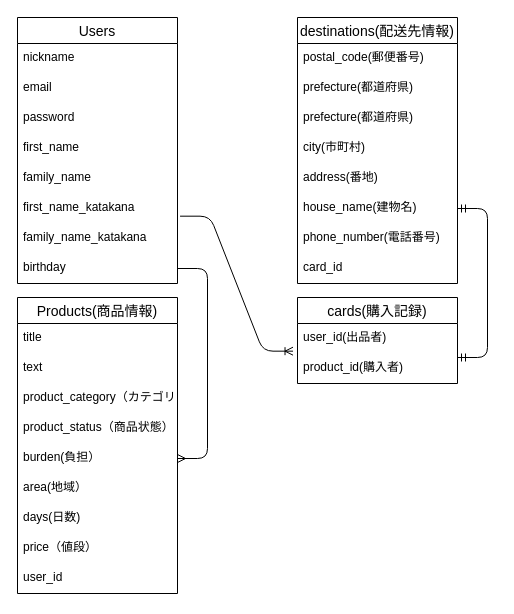
Yukitaka-PG/furima-34482 keeps this draw.io diagram as furima.dio. Above is the earlier version. Source tidied: cells renumbered, new cells numbered last; positions are measured from the earlier drawing's top-left corner, leaving out a move shared by most shapes. Both pictures are drawn from the tidied source at 100%, with x=0, y=0 at pixel (17, 17).
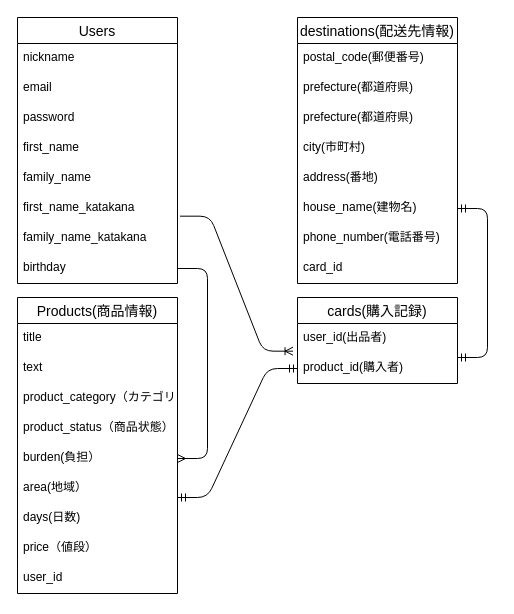
Above is the later version.

Commit message (it also covers changes not shown here):
指摘箇所修正４回目

The change refers to these unchanged cells:
```xml
<mxCell id="32" value="product_id(購入者)" style="text;strokeColor=none;fillColor=none;spacingLeft=4;spacingRight=4;overflow=hidden;points=[[0,0.5],[1,0.5]];portConstraint=eastwest;fontSize=12;whiteSpace=wrap;" parent="30" vertex="1">
  <mxGeometry y="56" width="160" height="30" as="geometry" />
</mxCell>
```

Diff of the diagram source:
```diff
@@
+    <mxCell id="36" style="edgeStyle=entityRelationEdgeStyle;fontSize=12;html=1;endArrow=ERmandOne;startArrow=ERmandOne;entryX=0;entryY=0.5;entryDx=0;entryDy=0;" parent="1" edge="1" target="32">
+      <mxGeometry relative="1" as="geometry">
+        <mxPoint x="160" y="480" as="sourcePoint" />
+      </mxGeometry>
+    </mxCell>
```
